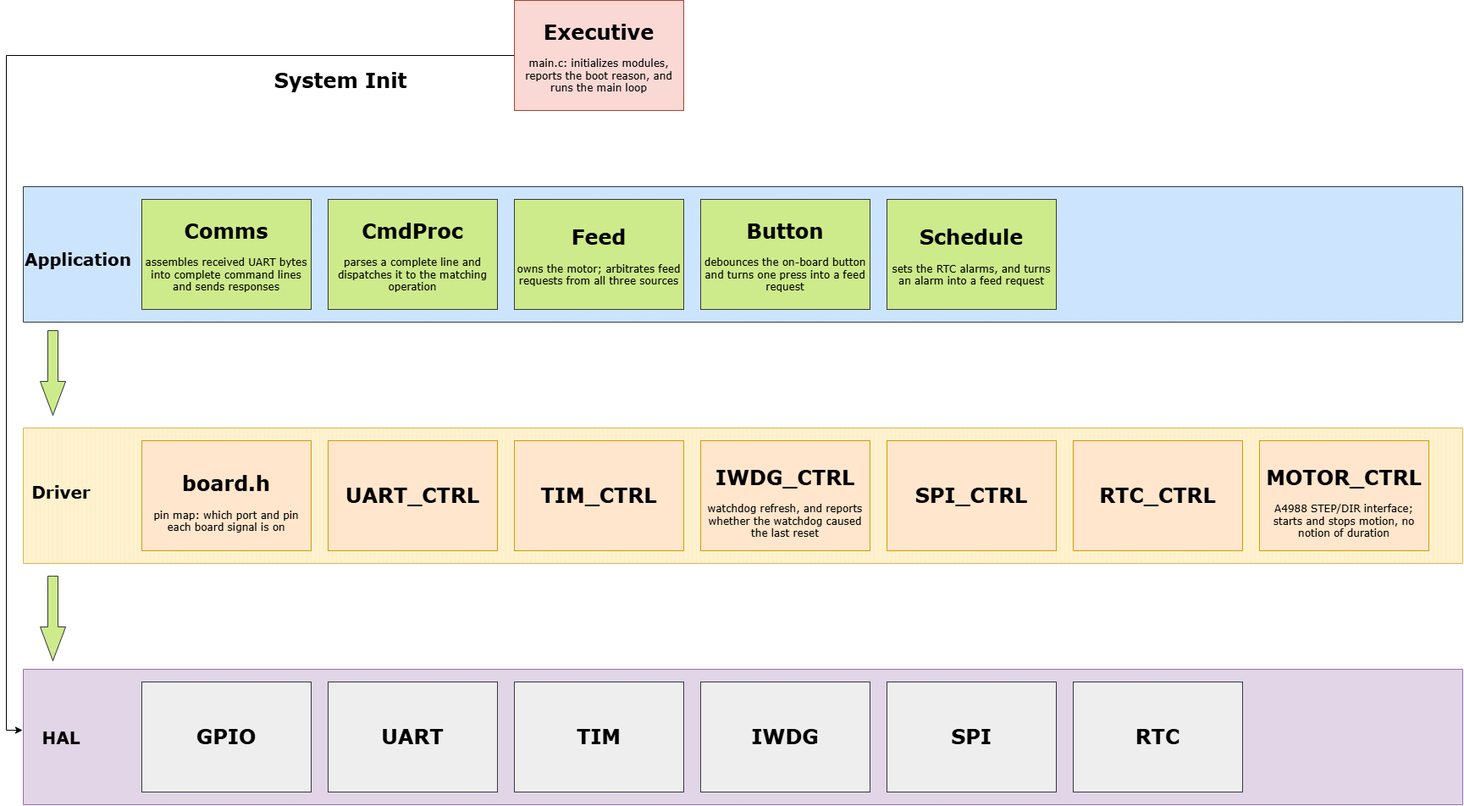
Before: docs/Layered Architecture.png, a diagram exported from draw.io (yuheng2002/FelineGuard). Source tidied: cells renumbered, new cells last; positions are measured from the earlier drawing's top-left corner, leaving out a move shared by most shapes.
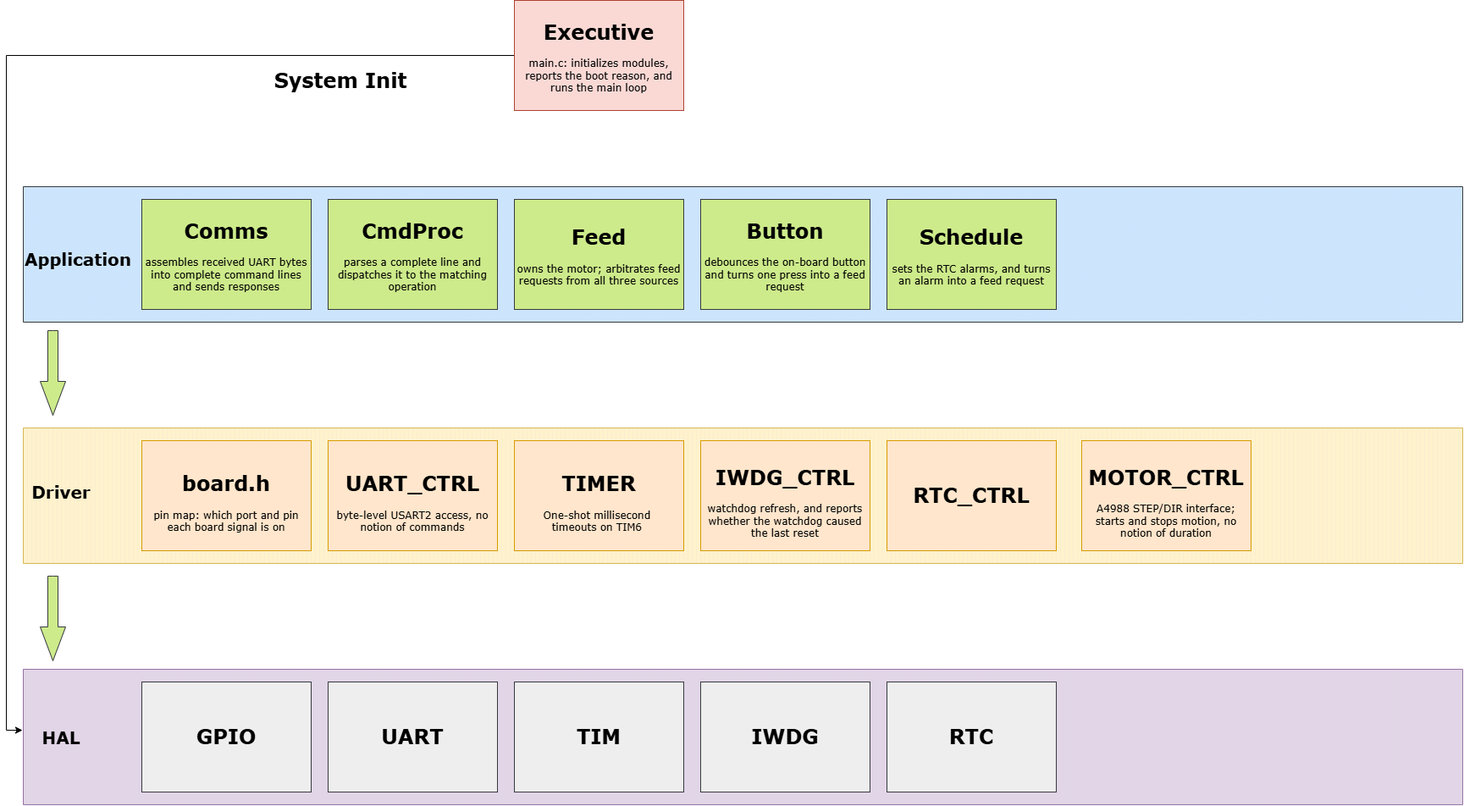
After the change.

Commit message:
rename TIM_CTRL to TIMER and add its description

What changed in the source:
```diff
@@ -20,18 +20,15 @@
     <mxCell id="7" value="&lt;h1&gt;&lt;font style=&quot;font-size: 20px;&quot;&gt;Application&lt;/font&gt;&lt;/h1&gt;" style="text;html=1;whiteSpace=wrap;strokeColor=none;fillColor=none;align=center;verticalAlign=middle;rounded=0;fontFamily=Verdana;" parent="1" vertex="1">
       <mxGeometry y="270" width="130" height="70" as="geometry" />
     </mxCell>
-    <mxCell id="8" value="&lt;h1&gt;&lt;font&gt;UART_CTRL&lt;/font&gt;&lt;/h1&gt;" style="rounded=0;whiteSpace=wrap;html=1;fillColor=#ffe6cc;strokeColor=#d79b00;fontFamily=Verdana;" parent="1" vertex="1">
+    <mxCell id="8" value="&lt;h1&gt;&lt;font&gt;UART_CTRL&lt;/font&gt;&lt;/h1&gt;&lt;div&gt;byte-level USART2 access, no notion of commands&lt;/div&gt;" style="rounded=0;whiteSpace=wrap;html=1;fillColor=#ffe6cc;strokeColor=#d79b00;fontFamily=Verdana;" parent="1" vertex="1">
       <mxGeometry x="360" y="520" width="200" height="130" as="geometry" />
     </mxCell>
-    <mxCell id="9" value="&lt;h1&gt;&lt;font&gt;TIM_CTRL&lt;/font&gt;&lt;/h1&gt;" style="rounded=0;whiteSpace=wrap;html=1;fillColor=#ffe6cc;strokeColor=#d79b00;fontFamily=Verdana;" parent="1" vertex="1">
+    <mxCell id="9" value="&lt;h1&gt;&lt;font&gt;TIMER&lt;/font&gt;&lt;/h1&gt;&lt;div&gt;One-shot millisecond&amp;nbsp;&lt;/div&gt;&lt;div&gt;timeouts on TIM6&amp;nbsp;&lt;/div&gt;" style="rounded=0;whiteSpace=wrap;html=1;fillColor=#ffe6cc;strokeColor=#d79b00;fontFamily=Verdana;" parent="1" vertex="1">
       <mxGeometry x="580" y="520" width="200" height="130" as="geometry" />
     </mxCell>
     <mxCell id="10" value="&lt;h1&gt;&lt;font&gt;RTC_CTRL&lt;/font&gt;&lt;/h1&gt;" style="rounded=0;whiteSpace=wrap;html=1;fillColor=#ffe6cc;strokeColor=#d79b00;fontFamily=Verdana;" parent="1" vertex="1">
-      <mxGeometry x="1240" y="520" width="200" height="130" as="geometry" />
+      <mxGeometry x="1020" y="520" width="200" height="130" as="geometry" />
     </mxCell>
-    <mxCell id="11" value="&lt;h1&gt;&lt;font&gt;SPI_CTRL&lt;/font&gt;&lt;/h1&gt;" style="rounded=0;whiteSpace=wrap;html=1;fillColor=#ffe6cc;strokeColor=#d79b00;fontFamily=Verdana;" parent="1" vertex="1">
-      <mxGeometry x="1020" y="520" width="200" height="130" as="geometry" />
-    </mxCell>
     <mxCell id="12" style="edgeStyle=orthogonalEdgeStyle;rounded=0;jettySize=auto;html=1;entryX=-0.011;entryY=0.386;entryDx=0;entryDy=0;entryPerimeter=0;" parent="1" edge="1" source="13" target="6">
       <mxGeometry relative="1" as="geometry" />
     </mxCell>
@@ -45,11 +42,8 @@
       <mxGeometry x="360" y="805" width="200" height="130" as="geometry" />
     </mxCell>
     <mxCell id="16" value="&lt;h1&gt;&lt;font&gt;RTC&lt;/font&gt;&lt;/h1&gt;" style="rounded=0;whiteSpace=wrap;html=1;fillColor=#eeeeee;strokeColor=#36393d;fontFamily=Verdana;" parent="1" vertex="1">
-      <mxGeometry x="1240" y="805" width="200" height="130" as="geometry" />
+      <mxGeometry x="1020" y="805" width="200" height="130" as="geometry" />
     </mxCell>
-    <mxCell id="17" value="&lt;h1&gt;&lt;font&gt;SPI&lt;/font&gt;&lt;/h1&gt;" style="rounded=0;whiteSpace=wrap;html=1;fillColor=#eeeeee;strokeColor=#36393d;fontFamily=Verdana;" parent="1" vertex="1">
-      <mxGeometry x="1020" y="805" width="200" height="130" as="geometry" />
-    </mxCell>
     <mxCell id="18" value="&lt;h1&gt;&lt;font&gt;IWDG&lt;/font&gt;&lt;/h1&gt;" style="rounded=0;whiteSpace=wrap;html=1;fillColor=#eeeeee;strokeColor=#36393d;fontFamily=Verdana;" parent="1" vertex="1">
       <mxGeometry x="800" y="805" width="200" height="130" as="geometry" />
     </mxCell>
@@ -69,7 +63,7 @@
       <mxGeometry x="580" y="805" width="200" height="130" as="geometry" />
     </mxCell>
     <mxCell id="24" value="&lt;h1&gt;&lt;font&gt;MOTOR_CTRL&lt;/font&gt;&lt;/h1&gt;&lt;div&gt;&lt;font&gt;A4988 STEP/DIR interface; starts and stops motion, no notion of duration&lt;/font&gt;&lt;/div&gt;" style="rounded=0;whiteSpace=wrap;html=1;fillColor=#ffe6cc;strokeColor=#d79b00;fontFamily=Verdana;" parent="1" vertex="1">
-      <mxGeometry x="1460" y="520" width="200" height="130" as="geometry" />
+      <mxGeometry x="1250" y="520" width="200" height="130" as="geometry" />
     </mxCell>
     <mxCell id="25" style="html=1;shadow=0;dashed=0;align=center;verticalAlign=middle;shape=mxgraph.arrows2.arrow;dy=0.6;dx=40;direction=south;notch=0;fillColor=#cdeb8b;strokeColor=#36393d;fontFamily=Verdana;" parent="1" vertex="1">
       <mxGeometry x="20" y="680" width="30" height="100" as="geometry" />
```
